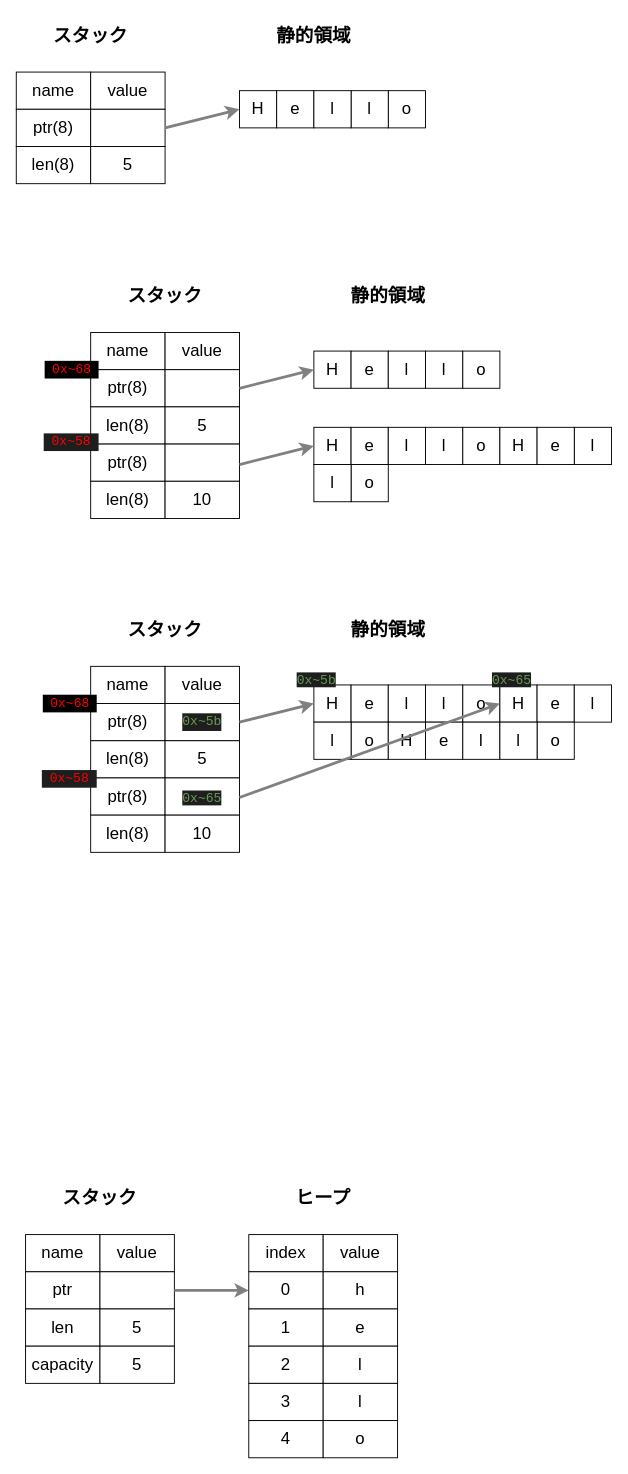
kento-yoshidu/LearningRust keeps this draw.io diagram as markdown/String/images/image.drawio. Above is the earlier version. Source tidied: cells renumbered, new cells numbered last; positions are measured from the earlier drawing's top-left corner, leaving out a move shared by most shapes. Both pictures are drawn from the tidied source at 93%, with x=0, y=0 at pixel (16, 16).
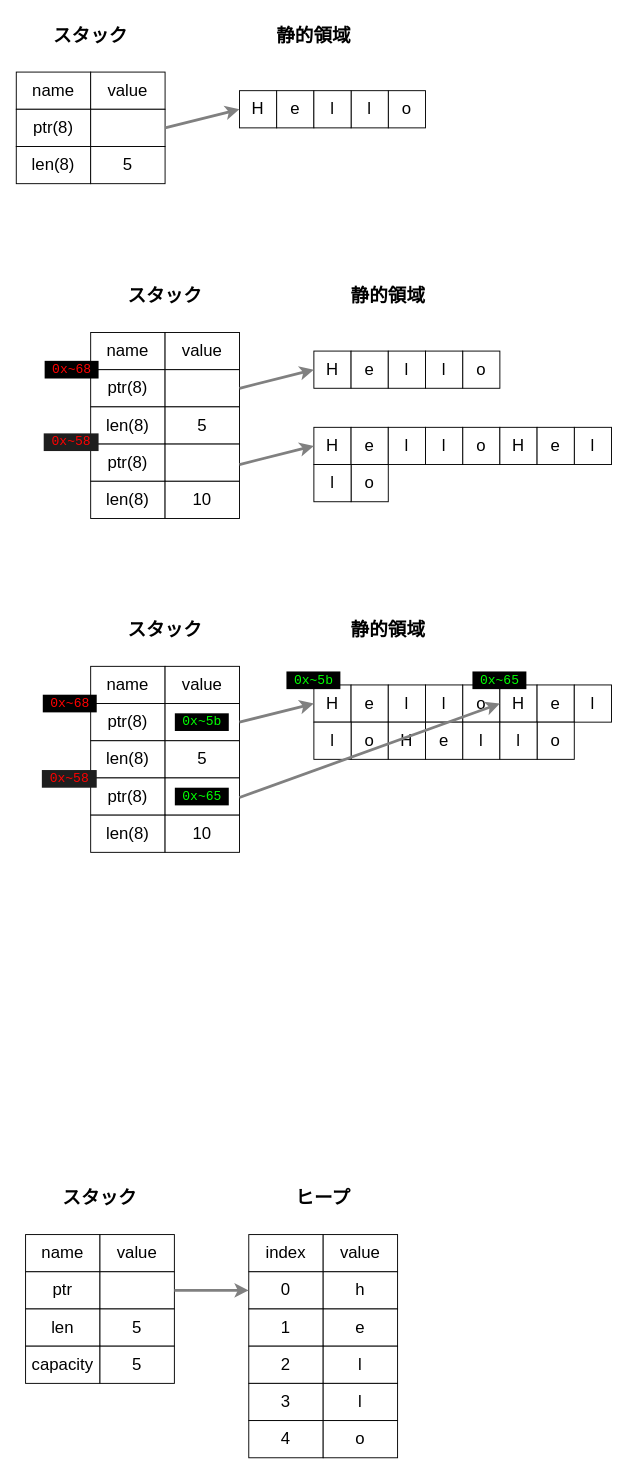
Above is the later version.

Change to the diagram source:
```diff
@@
-    <mxCell id="74" value="&lt;div style=&quot;background-color: rgb(30, 30, 30); font-family: &amp;quot;Source Code Pro for Powerline&amp;quot;, Consolas, &amp;quot;Courier New&amp;quot;, monospace; font-size: 14px; line-height: 19px;&quot;&gt;&lt;font color=&quot;#6a9955&quot;&gt;0x~5b&lt;/font&gt;&lt;/div&gt;" style="rounded=0;whiteSpace=wrap;html=1;fontSize=18;" parent="1" vertex="1">
+    <mxCell id="74" value="&lt;div style=&quot;background-color: rgb(30, 30, 30); font-family: &amp;quot;Source Code Pro for Powerline&amp;quot;, Consolas, &amp;quot;Courier New&amp;quot;, monospace; font-size: 14px; line-height: 19px;&quot;&gt;&lt;br&gt;&lt;/div&gt;" style="rounded=0;whiteSpace=wrap;html=1;fontSize=18;" parent="1" vertex="1">
       <mxGeometry x="160" y="739" width="80" height="40" as="geometry" />
     </mxCell>
@@
-    <mxCell id="85" value="&lt;span style=&quot;color: rgb(106, 153, 85); font-family: &amp;quot;Source Code Pro for Powerline&amp;quot;, Consolas, &amp;quot;Courier New&amp;quot;, monospace; font-size: 14px; font-style: normal; font-variant-ligatures: normal; font-variant-caps: normal; font-weight: 400; letter-spacing: normal; orphans: 2; text-align: center; text-indent: 0px; text-transform: none; widows: 2; word-spacing: 0px; -webkit-text-stroke-width: 0px; background-color: rgb(30, 30, 30); text-decoration-thickness: initial; text-decoration-style: initial; text-decoration-color: initial; float: none; display: inline !important;&quot;&gt;0x~65&lt;br&gt;&lt;/span&gt;" style="rounded=0;whiteSpace=wrap;html=1;fontSize=18;" parent="1" vertex="1">
+    <mxCell id="85" value="&lt;span style=&quot;color: rgb(106, 153, 85); font-family: &amp;quot;Source Code Pro for Powerline&amp;quot;, Consolas, &amp;quot;Courier New&amp;quot;, monospace; font-size: 14px; font-style: normal; font-variant-ligatures: normal; font-variant-caps: normal; font-weight: 400; letter-spacing: normal; orphans: 2; text-align: center; text-indent: 0px; text-transform: none; widows: 2; word-spacing: 0px; -webkit-text-stroke-width: 0px; background-color: rgb(30, 30, 30); text-decoration-thickness: initial; text-decoration-style: initial; text-decoration-color: initial; float: none; display: inline !important;&quot;&gt;&lt;br&gt;&lt;/span&gt;" style="rounded=0;whiteSpace=wrap;html=1;fontSize=18;" parent="1" vertex="1">
       <mxGeometry x="160" y="819" width="80" height="40" as="geometry" />
     </mxCell>
@@
-    <mxCell id="97" value="&lt;span style=&quot;color: rgb(106, 153, 85); font-family: &amp;quot;Source Code Pro for Powerline&amp;quot;, Consolas, &amp;quot;Courier New&amp;quot;, monospace; font-size: 14px; font-style: normal; font-variant-ligatures: normal; font-variant-caps: normal; font-weight: 400; letter-spacing: normal; orphans: 2; text-align: center; text-indent: 0px; text-transform: none; widows: 2; word-spacing: 0px; -webkit-text-stroke-width: 0px; background-color: rgb(30, 30, 30); text-decoration-thickness: initial; text-decoration-style: initial; text-decoration-color: initial; float: none; display: inline !important;&quot;&gt;0x~5b&lt;/span&gt;" style="text;whiteSpace=wrap;html=1;" parent="1" vertex="1">
-      <mxGeometry x="300" y="699" width="80" height="40" as="geometry" />
-    </mxCell>
@@
-    <mxCell id="100" value="&lt;span style=&quot;color: rgb(106, 153, 85); font-family: &amp;quot;Source Code Pro for Powerline&amp;quot;, Consolas, &amp;quot;Courier New&amp;quot;, monospace; font-size: 14px; font-style: normal; font-variant-ligatures: normal; font-variant-caps: normal; font-weight: 400; letter-spacing: normal; orphans: 2; text-align: center; text-indent: 0px; text-transform: none; widows: 2; word-spacing: 0px; -webkit-text-stroke-width: 0px; background-color: rgb(30, 30, 30); text-decoration-thickness: initial; text-decoration-style: initial; text-decoration-color: initial; float: none; display: inline !important;&quot;&gt;0x~65&lt;/span&gt;" style="text;whiteSpace=wrap;html=1;" parent="1" vertex="1">
-      <mxGeometry x="510" y="699" width="80" height="40" as="geometry" />
-    </mxCell>
@@
+    <mxCell id="103" value="&lt;div style=&quot;font-family: &amp;quot;Source Code Pro for Powerline&amp;quot;, Consolas, &amp;quot;Courier New&amp;quot;, monospace; font-size: 14px; line-height: 19px;&quot;&gt;&lt;span style=&quot;&quot;&gt;&amp;nbsp;0x~5b&amp;nbsp;&lt;/span&gt;&lt;/div&gt;" style="text;html=1;strokeColor=none;fillColor=none;align=center;verticalAlign=middle;whiteSpace=wrap;rounded=0;labelBackgroundColor=#000000;fontColor=#00FF00;" parent="1" vertex="1">
+      <mxGeometry x="170" y="744" width="60" height="30" as="geometry" />
+    </mxCell>
+    <mxCell id="104" value="&lt;div style=&quot;font-family: &amp;quot;Source Code Pro for Powerline&amp;quot;, Consolas, &amp;quot;Courier New&amp;quot;, monospace; font-size: 14px; line-height: 19px;&quot;&gt;&lt;span style=&quot;&quot;&gt;&amp;nbsp;0x~5b&amp;nbsp;&lt;/span&gt;&lt;/div&gt;" style="text;html=1;strokeColor=none;fillColor=none;align=center;verticalAlign=middle;whiteSpace=wrap;rounded=0;labelBackgroundColor=#000000;fontColor=#00FF00;" parent="1" vertex="1">
+      <mxGeometry x="290" y="699" width="60" height="30" as="geometry" />
+    </mxCell>
+    <mxCell id="105" value="&lt;div style=&quot;font-family: &amp;quot;Source Code Pro for Powerline&amp;quot;, Consolas, &amp;quot;Courier New&amp;quot;, monospace; font-size: 14px; line-height: 19px;&quot;&gt;&lt;span style=&quot;&quot;&gt;&amp;nbsp;0x~65&amp;nbsp;&lt;/span&gt;&lt;/div&gt;" style="text;html=1;strokeColor=none;fillColor=none;align=center;verticalAlign=middle;whiteSpace=wrap;rounded=0;labelBackgroundColor=#000000;fontColor=#00FF00;" parent="1" vertex="1">
+      <mxGeometry x="170" y="824" width="60" height="30" as="geometry" />
+    </mxCell>
+    <mxCell id="106" value="&lt;div style=&quot;font-family: &amp;quot;Source Code Pro for Powerline&amp;quot;, Consolas, &amp;quot;Courier New&amp;quot;, monospace; font-size: 14px; line-height: 19px;&quot;&gt;&lt;span style=&quot;&quot;&gt;&amp;nbsp;0x~65&amp;nbsp;&lt;/span&gt;&lt;/div&gt;" style="text;html=1;strokeColor=none;fillColor=none;align=center;verticalAlign=middle;whiteSpace=wrap;rounded=0;labelBackgroundColor=#000000;fontColor=#00FF00;" parent="1" vertex="1">
+      <mxGeometry x="490" y="699" width="60" height="30" as="geometry" />
+    </mxCell>
```
